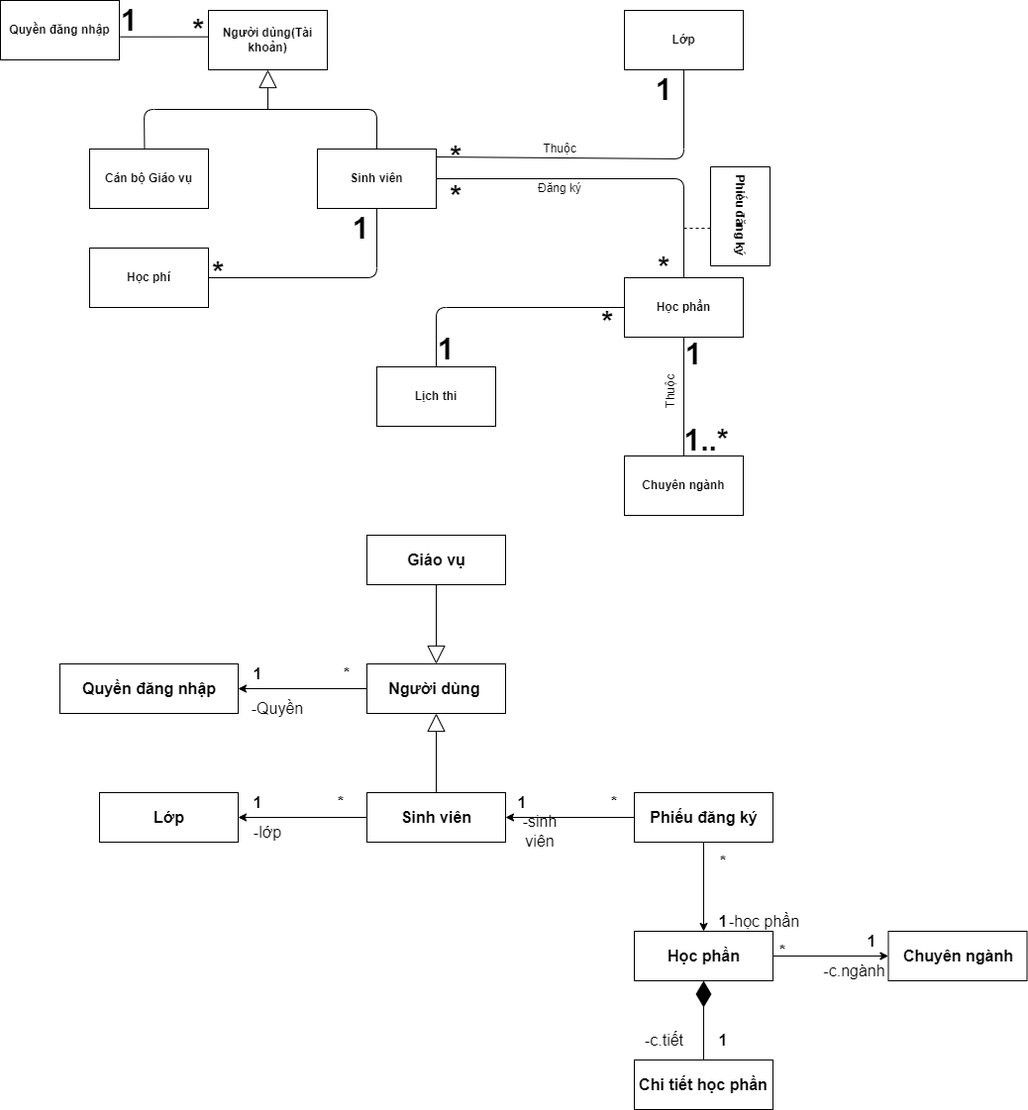
This is Ctk43/Phần Mềm Đăng Ký Học Phần/Class Diagram.drawio.png from Dat0309/Cong-Nghe-Phan-Mem, a draw.io export, as it was before one commit. Source tidied: cells renumbered, new cells last; positions are measured from the earlier drawing's top-left corner, leaving out a move shared by most shapes.
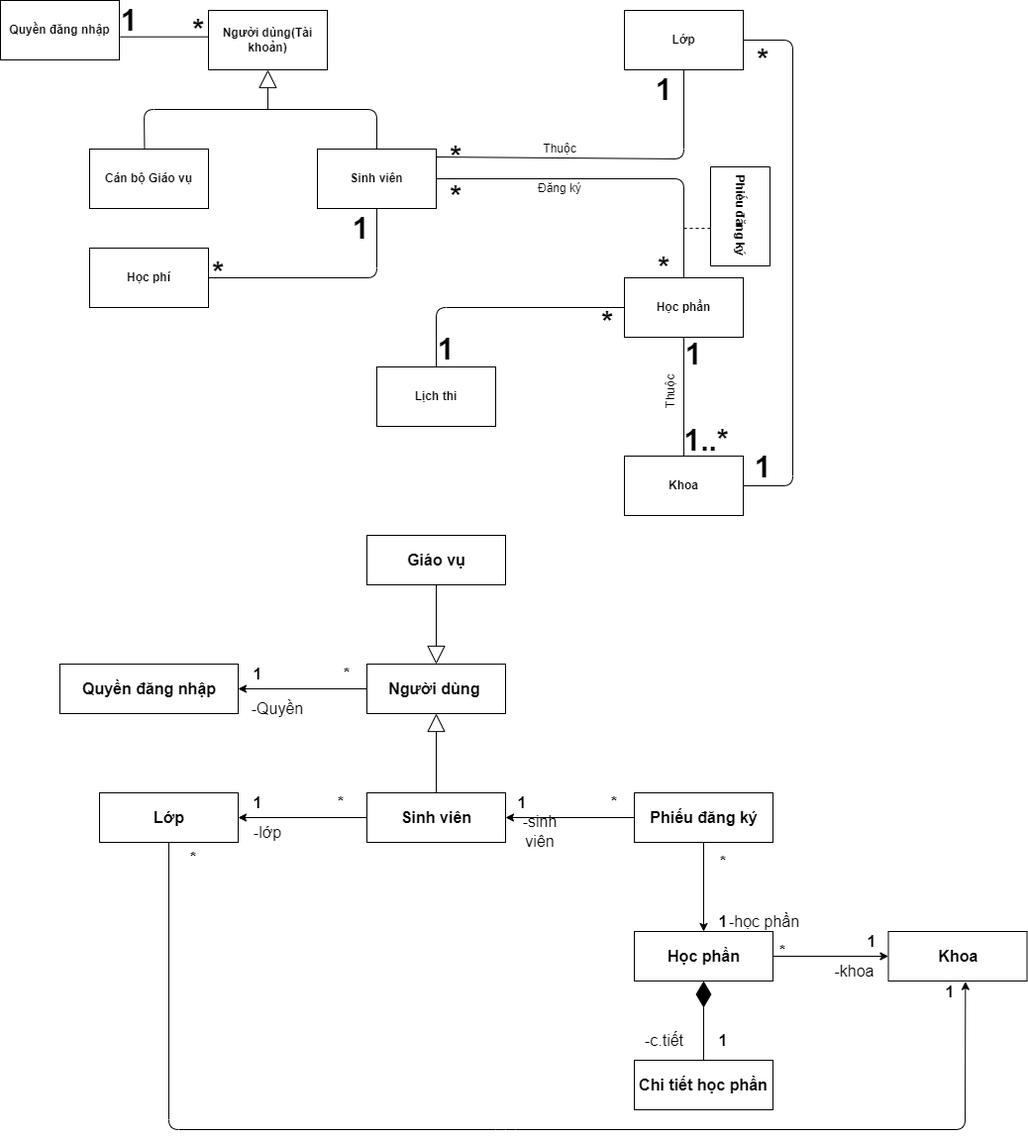
After the change.

Change to the diagram source:
```diff
@@ -20,7 +20,7 @@
     <mxCell id="7" value="&lt;b&gt;Lớp&lt;/b&gt;" style="rounded=0;whiteSpace=wrap;html=1;" parent="1" vertex="1">
       <mxGeometry x="630" y="10" width="120" height="60" as="geometry" />
     </mxCell>
-    <mxCell id="8" value="&lt;b&gt;Chuyên ngành&lt;br&gt;&lt;/b&gt;" style="rounded=0;whiteSpace=wrap;html=1;" parent="1" vertex="1">
+    <mxCell id="8" value="&lt;b&gt;Khoa&lt;br&gt;&lt;/b&gt;" style="rounded=0;whiteSpace=wrap;html=1;" parent="1" vertex="1">
       <mxGeometry x="630" y="460" width="120" height="60" as="geometry" />
     </mxCell>
     <mxCell id="9" style="edgeStyle=orthogonalEdgeStyle;rounded=0;orthogonalLoop=1;jettySize=auto;html=1;exitX=0.5;exitY=1;exitDx=0;exitDy=0;fontStyle=1;fontSize=16;" parent="1" edge="1">
@@ -143,7 +143,7 @@
     <mxCell id="41" style="endArrow=classic;html=1;entryX=0.5;entryY=0;entryDx=0;entryDy=0;exitX=0.5;exitY=1;exitDx=0;exitDy=0;fontStyle=1;fontSize=16;" parent="1" edge="1" source="38" target="40">
       <mxGeometry relative="1" as="geometry" />
     </mxCell>
-    <mxCell id="42" value="Chuyên ngành" style="html=1;fontStyle=1;fontSize=16;" parent="1" vertex="1">
+    <mxCell id="42" value="Khoa" style="html=1;fontStyle=1;fontSize=16;" parent="1" vertex="1">
       <mxGeometry x="896.5" y="940" width="140" height="50" as="geometry" />
     </mxCell>
     <mxCell id="43" style="endArrow=classic;html=1;entryX=0;entryY=0.5;entryDx=0;entryDy=0;exitX=1;exitY=0.5;exitDx=0;exitDy=0;fontStyle=1;fontSize=16;" parent="1" edge="1" source="40" target="42">
@@ -200,7 +200,7 @@
     <mxCell id="60" value="&lt;font style=&quot;font-size: 16px&quot;&gt;-học phần&lt;/font&gt;" style="text;html=1;strokeColor=none;fillColor=none;align=center;verticalAlign=middle;whiteSpace=wrap;rounded=0;rotation=0;fontStyle=0;fontSize=16;" parent="1" vertex="1">
       <mxGeometry x="734" y="920" width="75" height="20" as="geometry" />
     </mxCell>
-    <mxCell id="61" value="&lt;font style=&quot;font-size: 16px&quot;&gt;-c.ngành&lt;/font&gt;" style="text;html=1;strokeColor=none;fillColor=none;align=center;verticalAlign=middle;whiteSpace=wrap;rounded=0;rotation=0;fontStyle=0;fontSize=16;" parent="1" vertex="1">
+    <mxCell id="61" value="&lt;font style=&quot;font-size: 16px&quot;&gt;-khoa&lt;/font&gt;" style="text;html=1;strokeColor=none;fillColor=none;align=center;verticalAlign=middle;whiteSpace=wrap;rounded=0;rotation=0;fontStyle=0;fontSize=16;" parent="1" vertex="1">
       <mxGeometry x="825" y="970" width="75" height="20" as="geometry" />
     </mxCell>
     <mxCell id="62" value="-c.tiết" style="text;html=1;strokeColor=none;fillColor=none;align=center;verticalAlign=middle;whiteSpace=wrap;rounded=0;rotation=0;fontStyle=0;fontSize=16;" parent="1" vertex="1">
@@ -238,5 +238,34 @@
     <mxCell id="70" value="&lt;font style=&quot;font-size: 30px&quot;&gt;*&lt;/font&gt;" style="text;html=1;strokeColor=none;fillColor=none;align=center;verticalAlign=middle;whiteSpace=wrap;rounded=0;rotation=0;fontStyle=1;" parent="1" vertex="1">
       <mxGeometry x="592.5" y="315" width="40" height="20" as="geometry" />
     </mxCell>
+    <mxCell id="71" style="endArrow=none;html=1;exitX=1;exitY=0.5;exitDx=0;exitDy=0;entryX=1;entryY=0.5;entryDx=0;entryDy=0;" parent="1" edge="1" source="7" target="8">
+      <mxGeometry relative="1" as="geometry">
+        <Array as="points">
+          <mxPoint x="800" y="40" />
+          <mxPoint x="800" y="490" />
+        </Array>
+      </mxGeometry>
+    </mxCell>
+    <mxCell id="72" value="&lt;font style=&quot;font-size: 30px&quot;&gt;1&lt;/font&gt;" style="text;html=1;strokeColor=none;fillColor=none;align=center;verticalAlign=middle;whiteSpace=wrap;rounded=0;rotation=0;fontStyle=1;" parent="1" vertex="1">
+      <mxGeometry x="750" y="461" width="40" height="20" as="geometry" />
+    </mxCell>
+    <mxCell id="73" value="&lt;font style=&quot;font-size: 30px&quot;&gt;*&lt;/font&gt;" style="text;html=1;strokeColor=none;fillColor=none;align=center;verticalAlign=middle;whiteSpace=wrap;rounded=0;rotation=0;fontStyle=1;" parent="1" vertex="1">
+      <mxGeometry x="750" y="50" width="40" height="20" as="geometry" />
+    </mxCell>
+    <mxCell id="74" style="endArrow=classic;html=1;exitX=0.5;exitY=1;exitDx=0;exitDy=0;fontStyle=1;fontSize=16;entryX=0.556;entryY=1.012;entryDx=0;entryDy=0;entryPerimeter=0;" parent="1" edge="1" source="36" target="42">
+      <mxGeometry relative="1" as="geometry">
+        <Array as="points">
+          <mxPoint x="170" y="1140" />
+          <mxPoint x="510" y="1140" />
+          <mxPoint x="974" y="1140" />
+        </Array>
+      </mxGeometry>
+    </mxCell>
+    <mxCell id="75" value="&lt;font style=&quot;font-size: 16px;&quot;&gt;*&lt;/font&gt;" style="text;html=1;strokeColor=none;fillColor=none;align=center;verticalAlign=middle;whiteSpace=wrap;rounded=0;rotation=0;fontStyle=1;fontSize=16;" parent="1" vertex="1">
+      <mxGeometry x="175" y="856" width="40" height="20" as="geometry" />
+    </mxCell>
+    <mxCell id="76" value="&lt;font style=&quot;font-size: 16px;&quot;&gt;1&lt;/font&gt;" style="text;html=1;strokeColor=none;fillColor=none;align=center;verticalAlign=middle;whiteSpace=wrap;rounded=0;rotation=0;fontStyle=1;fontSize=16;" parent="1" vertex="1">
+      <mxGeometry x="939" y="991" width="40" height="20" as="geometry" />
+    </mxCell>
   </root>
 </mxGraphModel>
```
